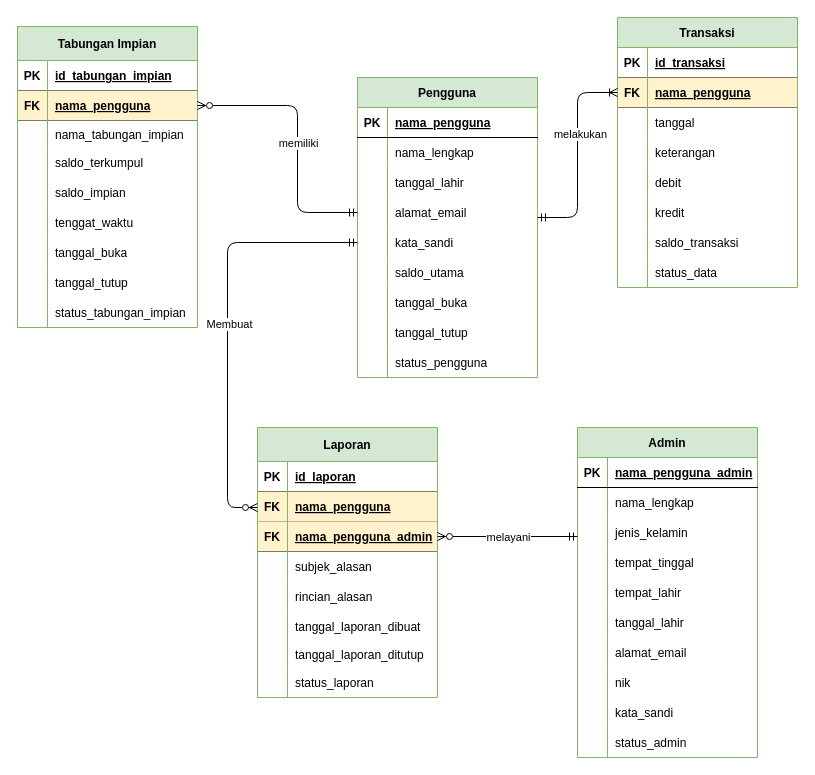
This is Database/ERD_Darimu.drawio from ammarsufyan/Darimu, a draw.io file, before an edit. Source tidied: cells renumbered, new cells numbered last; positions are measured from the earlier drawing's top-left corner, leaving out a move shared by most shapes. Both pictures are drawn from the tidied source at 100%, with x=0, y=0 at pixel (17, 17).
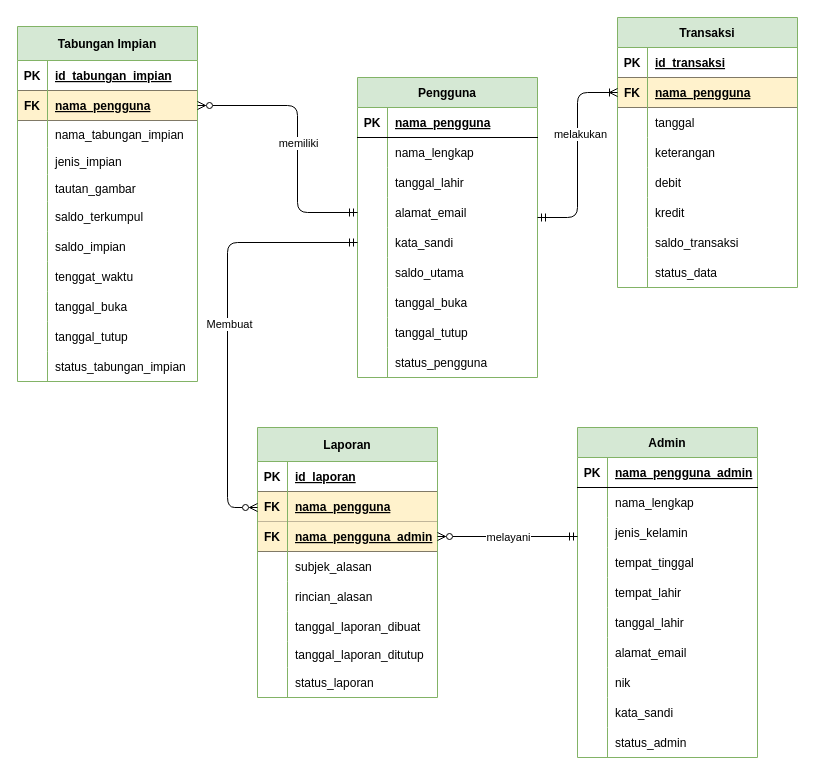
Above is the later version.

Commit message (it also covers changes not shown here):
update ERD + sql trigger_procedure

The edit, as a diff of the source:
```diff
@@
     <mxCell id="55" value="Tabungan Impian" style="shape=table;startSize=34;childLayout=tableLayout;rowLines=0;fontStyle=1;align=center;fillColor=#d5e8d4;strokeColor=#82b366;" parent="1" vertex="1">
-      <mxGeometry y="9" width="180" height="301" as="geometry" />
+      <mxGeometry y="9" width="180" height="355" as="geometry" />
     </mxCell>
@@
+    <mxCell id="147" style="shape=partialRectangle;fillColor=none;top=0;left=0;bottom=0;right=0;" parent="55" vertex="1">
+      <mxGeometry y="121" width="180" height="27" as="geometry" />
+    </mxCell>
+    <mxCell id="148" style="shape=partialRectangle;fillColor=none;top=0;left=0;bottom=0;right=0;overflow=hidden;" parent="147" vertex="1">
+      <mxGeometry width="30" height="27" as="geometry" />
+    </mxCell>
+    <mxCell id="149" value="jenis_impian" style="shape=partialRectangle;fillColor=none;top=0;left=0;bottom=0;right=0;align=left;spacingLeft=6;overflow=hidden;" parent="147" vertex="1">
+      <mxGeometry x="30" width="150" height="27" as="geometry" />
+    </mxCell>
+    <mxCell id="150" style="shape=partialRectangle;fillColor=none;top=0;left=0;bottom=0;right=0;" parent="55" vertex="1">
+      <mxGeometry y="148" width="180" height="27" as="geometry" />
+    </mxCell>
+    <mxCell id="151" style="shape=partialRectangle;fillColor=none;top=0;left=0;bottom=0;right=0;overflow=hidden;" parent="150" vertex="1">
+      <mxGeometry width="30" height="27" as="geometry" />
+    </mxCell>
+    <mxCell id="152" value="tautan_gambar" style="shape=partialRectangle;fillColor=none;top=0;left=0;bottom=0;right=0;align=left;spacingLeft=6;overflow=hidden;" parent="150" vertex="1">
+      <mxGeometry x="30" width="150" height="27" as="geometry" />
+    </mxCell>
     <mxCell id="65" style="shape=partialRectangle;fillColor=none;top=0;left=0;bottom=0;right=0;" parent="55" vertex="1">
-      <mxGeometry y="121" width="180" height="30" as="geometry" />
+      <mxGeometry y="175" width="180" height="30" as="geometry" />
     </mxCell>
@@
     <mxCell id="68" style="shape=partialRectangle;fillColor=none;top=0;left=0;bottom=0;right=0;" parent="55" vertex="1">
-      <mxGeometry y="151" width="180" height="30" as="geometry" />
+      <mxGeometry y="205" width="180" height="30" as="geometry" />
     </mxCell>
@@
     <mxCell id="71" style="shape=partialRectangle;fillColor=none;top=0;left=0;bottom=0;right=0;" parent="55" vertex="1">
-      <mxGeometry y="181" width="180" height="30" as="geometry" />
+      <mxGeometry y="235" width="180" height="30" as="geometry" />
     </mxCell>
@@
     <mxCell id="74" style="shape=partialRectangle;fillColor=none;top=0;left=0;bottom=0;right=0;" parent="55" vertex="1">
-      <mxGeometry y="211" width="180" height="30" as="geometry" />
+      <mxGeometry y="265" width="180" height="30" as="geometry" />
     </mxCell>
@@
     <mxCell id="77" style="shape=partialRectangle;fillColor=none;top=0;left=0;bottom=0;right=0;" parent="55" vertex="1">
-      <mxGeometry y="241" width="180" height="30" as="geometry" />
+      <mxGeometry y="295" width="180" height="30" as="geometry" />
     </mxCell>
@@
     <mxCell id="80" style="shape=partialRectangle;fillColor=none;top=0;left=0;bottom=0;right=0;" parent="55" vertex="1">
-      <mxGeometry y="271" width="180" height="30" as="geometry" />
+      <mxGeometry y="325" width="180" height="30" as="geometry" />
     </mxCell>
```
